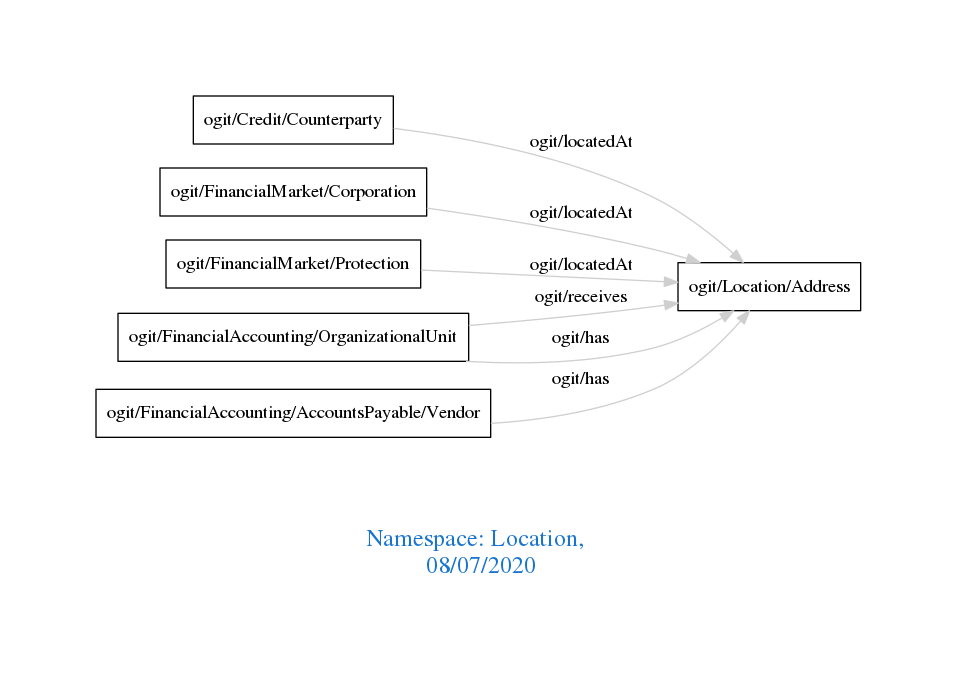
Before: downloads/Location.png, a diagram exported from Graphviz (arago/OGIT). Its source is kept beside it as downloads/Location.dot.
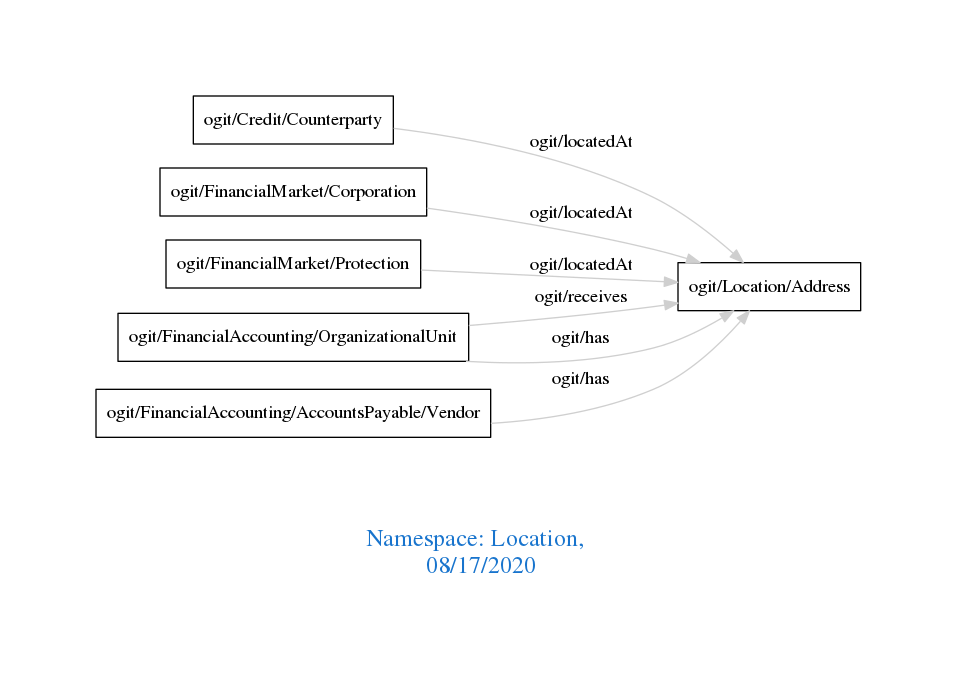
After the commit.

The edit, as a diff of the source:
```diff
@@ -1,7 +1,7 @@
 digraph OGIT_ontology {
  graph [ rankdir= LR,pad=1
 fontsize = 18,
-fontcolor= dodgerblue3,label = "\n\n\nNamespace: Location, \n 08/07/2020"];
+fontcolor= dodgerblue3,label = "\n\n\nNamespace: Location, \n 08/17/2020"];
 node[shape=polygon];
 edge [  color="gray81"];
 
```
